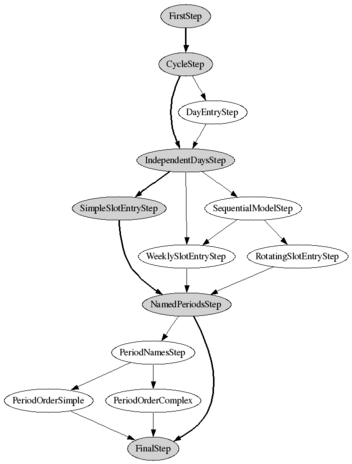
Earlier version of the Graphviz export src/schooltool/app/browser/ftests/images/ttschema-wizard-1.png (mattva01/schooltool). Its source is kept beside it as src/schooltool/app/browser/ftests/images/ttschema-wizard-1.dot.
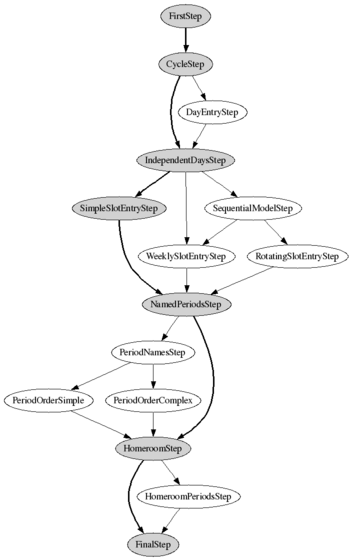
The same file after the commit.

Change to the diagram source:
```diff
@@ -12,16 +12,20 @@
   RotatingSlotEntryStep -> NamedPeriodsStep;
   WeeklySlotEntryStep -> NamedPeriodsStep;
   NamedPeriodsStep -> PeriodNamesStep;
-  NamedPeriodsStep -> FinalStep [style="bold"];
+  NamedPeriodsStep -> HomeroomStep [style="bold"];
   PeriodNamesStep -> PeriodOrderSimple;
   PeriodNamesStep -> PeriodOrderComplex;
-  PeriodOrderSimple -> FinalStep;
-  PeriodOrderComplex -> FinalStep;
+  PeriodOrderSimple -> HomeroomStep;
+  PeriodOrderComplex -> HomeroomStep;
+  HomeroomStep -> FinalStep [style="bold"];
+  HomeroomStep -> HomeroomPeriodsStep;
+  HomeroomPeriodsStep -> FinalStep;
 
   FirstStep[style="filled"];
   CycleStep[style="filled"];
   IndependentDaysStep[style="filled"];
   SimpleSlotEntryStep[style="filled"];
   NamedPeriodsStep[style="filled"];
+  HomeroomStep[style="filled"];
   FinalStep[style="filled"];
 }
```
